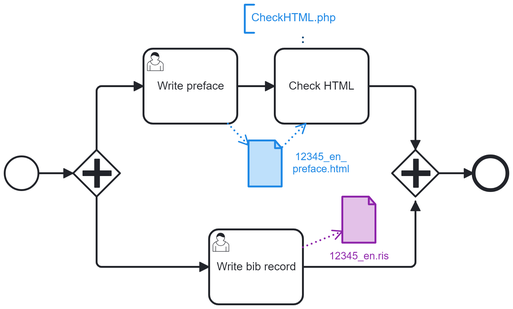
Earlier version of the BPMN export 3-AddInfo.png (japotrad/blue-sora). Its source is kept beside it as 3-AddInfo.bpmn. Ids are renumbered.
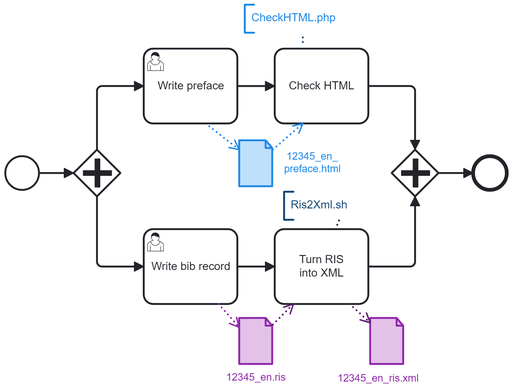
After the commit.

The edit, as a diff of the source:
```diff
@@ -1,6 +1,7 @@
-<bpmn:definitions xmlns:bpmn="http://www.omg.org/spec/BPMN/20100524/MODEL" xmlns:bpmndi="http://www.omg.org/spec/BPMN/20100524/DI" xmlns:dc="http://www.omg.org/spec/DD/20100524/DC" xmlns:bioc="http://bpmn.io/schema/bpmn/biocolor/1.0" xmlns:color="http://www.omg.org/spec/BPMN/non-normative/color/1.0" xmlns:di="http://www.omg.org/spec/DD/20100524/DI" xmlns:zeebe="http://camunda.org/schema/zeebe/1.0" xmlns:modeler="http://camunda.org/schema/modeler/1.0" id="Definitions_n1" targetNamespace="http://bpmn.io/schema/bpmn" exporter="Camunda Modeler" exporterVersion="5.34.0" modeler:executionPlatform="Camunda Cloud" modeler:executionPlatformVersion="8.2.0">
+<bpmn:definitions xmlns:bpmn="http://www.omg.org/spec/BPMN/20100524/MODEL" xmlns:bpmndi="http://www.omg.org/spec/BPMN/20100524/DI" xmlns:dc="http://www.omg.org/spec/DD/20100524/DC" xmlns:bioc="http://bpmn.io/schema/bpmn/biocolor/1.0" xmlns:color="http://www.omg.org/spec/BPMN/non-normative/color/1.0" xmlns:di="http://www.omg.org/spec/DD/20100524/DI" xmlns:zeebe="http://camunda.org/schema/zeebe/1.0" xmlns:modeler="http://camunda.org/schema/modeler/1.0" id="Definitions_n1" targetNamespace="http://bpmn.io/schema/bpmn" exporter="Camunda Modeler" exporterVersion="5.33.1" modeler:executionPlatform="Camunda Cloud" modeler:executionPlatformVersion="8.2.0">
   <bpmn:process id="buildDbk" name="buildDbk" isExecutable="true">
     <bpmn:dataObjectReference id="DataObjectReference_n2" name="12345_en_&#10;preface.html" dataObjectRef="DataObject_n3" />
+    <bpmn:dataObjectReference id="DataObjectReference_n25" name="12345_en_ris.xml" dataObjectRef="DataObject_n26" />
     <bpmn:dataObjectReference id="DataObjectReference_n4" name="12345_en.ris" dataObjectRef="DataObject_n5" />
     <bpmn:task id="Activity_n6" name="Check HTML">
       <bpmn:documentation>Check conformance to a simplified XHTML format.</bpmn:documentation>
@@ -13,6 +14,7 @@
       </bpmn:dataInputAssociation>
     </bpmn:task>
     <bpmn:dataObject id="DataObject_n5" />
+    <bpmn:dataObject id="DataObject_n26" />
     <bpmn:dataObject id="DataObject_n3" />
     <bpmn:endEvent id="Event_n11">
       <bpmn:incoming>Flow_n12</bpmn:incoming>
@@ -21,12 +23,13 @@
     <bpmn:sequenceFlow id="Flow_n7" sourceRef="Activity_n14" targetRef="Activity_n6" />
     <bpmn:sequenceFlow id="Flow_n12" sourceRef="Gateway_n13" targetRef="Event_n11" />
     <bpmn:sequenceFlow id="Flow_n15" sourceRef="StartEvent_1" targetRef="Gateway_n16" />
-    <bpmn:sequenceFlow id="Flow_n17" sourceRef="Activity_n18" targetRef="Gateway_n13" />
+    <bpmn:sequenceFlow id="Flow_n27" sourceRef="Activity_n28" targetRef="Gateway_n13" />
+    <bpmn:sequenceFlow id="Flow_n17" sourceRef="Activity_n18" targetRef="Activity_n28" />
     <bpmn:sequenceFlow id="Flow_n19" sourceRef="Gateway_n16" targetRef="Activity_n18" />
     <bpmn:sequenceFlow id="Flow_n20" sourceRef="Gateway_n16" targetRef="Activity_n14" />
     <bpmn:parallelGateway id="Gateway_n13">
       <bpmn:incoming>Flow_n8</bpmn:incoming>
-      <bpmn:incoming>Flow_n17</bpmn:incoming>
+      <bpmn:incoming>Flow_n27</bpmn:incoming>
       <bpmn:outgoing>Flow_n12</bpmn:outgoing>
     </bpmn:parallelGateway>
     <bpmn:parallelGateway id="Gateway_n16">
@@ -37,6 +40,18 @@
     <bpmn:startEvent id="StartEvent_1">
       <bpmn:outgoing>Flow_n15</bpmn:outgoing>
     </bpmn:startEvent>
+    <bpmn:task id="Activity_n28" name="Turn RIS&#10;into XML">
+      <bpmn:incoming>Flow_n17</bpmn:incoming>
+      <bpmn:outgoing>Flow_n27</bpmn:outgoing>
+      <bpmn:property id="Property_n29" name="__targetRef_placeholder" />
+      <bpmn:dataInputAssociation id="DataInputAssociation_n30">
+        <bpmn:sourceRef>DataObjectReference_n4</bpmn:sourceRef>
+        <bpmn:targetRef>Property_n29</bpmn:targetRef>
+      </bpmn:dataInputAssociation>
+      <bpmn:dataOutputAssociation id="DataOutputAssociation_n31">
+        <bpmn:targetRef>DataObjectReference_n25</bpmn:targetRef>
+      </bpmn:dataOutputAssociation>
+    </bpmn:task>
     <bpmn:userTask id="Activity_n18" name="Write bib record">
       <bpmn:extensionElements>
         <zeebe:formDefinition formKey="write-bib-record" />
@@ -61,21 +76,13 @@
       <bpmn:text>CheckHTML.php</bpmn:text>
     </bpmn:textAnnotation>
     <bpmn:association id="Association_n24" associationDirection="None" sourceRef="Activity_n6" targetRef="TextAnnotation_n23" />
+    <bpmn:textAnnotation id="TextAnnotation_n32">
+      <bpmn:text>Ris2Xml.sh</bpmn:text>
+    </bpmn:textAnnotation>
+    <bpmn:association id="Association_n33" associationDirection="None" sourceRef="Activity_n28" targetRef="TextAnnotation_n32" />
   </bpmn:process>
   <bpmndi:BPMNDiagram id="BPMNDiagram_1">
     <bpmndi:BPMNPlane id="BPMNPlane_1" bpmnElement="buildDbk">
-      <bpmndi:BPMNShape id="DataObjectReference_n2_di" bpmnElement="DataObjectReference_n2" bioc:stroke="#1e88e5" bioc:fill="#bbdefb" color:background-color="#bbdefb" color:border-color="#1e88e5">
-        <dc:Bounds x="442" y="225" width="36" height="50" />
-        <bpmndi:BPMNLabel color:color="#1e88e5">
-          <dc:Bounds x="489" y="236" width="62" height="27" />
-        </bpmndi:BPMNLabel>
-      </bpmndi:BPMNShape>
-      <bpmndi:BPMNShape id="DataObjectReference_n4_di" bpmnElement="DataObjectReference_n4" bioc:stroke="#8e24aa" bioc:fill="#e1bee7" color:background-color="#e1bee7" color:border-color="#8e24aa">
-        <dc:Bounds x="542" y="285" width="36" height="50" />
-        <bpmndi:BPMNLabel color:color="#8e24aa">
-          <dc:Bounds x="528" y="342" width="65" height="14" />
-        </bpmndi:BPMNLabel>
-      </bpmndi:BPMNShape>
       <bpmndi:BPMNShape id="Activity_n6_di" bpmnElement="Activity_n6">
         <dc:Bounds x="470" y="127" width="100" height="80" />
         <bpmndi:BPMNLabel />
@@ -92,21 +99,47 @@
       <bpmndi:BPMNShape id="_BPMNShape_StartEvent_2" bpmnElement="StartEvent_1">
         <dc:Bounds x="182" y="242" width="36" height="36" />
       </bpmndi:BPMNShape>
-      <bpmndi:BPMNShape id="Activity_n18_di" bpmnElement="Activity_n18">
-        <dc:Bounds x="400" y="320" width="100" height="80" />
-        <bpmndi:BPMNLabel />
-      </bpmndi:BPMNShape>
       <bpmndi:BPMNShape id="Activity_n14_di" bpmnElement="Activity_n14">
         <dc:Bounds x="330" y="127" width="100" height="80" />
         <bpmndi:BPMNLabel />
       </bpmndi:BPMNShape>
-      <bpmndi:BPMNEdge id="Association_n24_di" bpmnElement="Association_n24" bioc:stroke="#0d4372" color:border-color="#0d4372">
-        <di:waypoint x="500" y="120" />
-        <di:waypoint x="500" y="110" />
+      <bpmndi:BPMNShape id="Activity_n18_di" bpmnElement="Activity_n18">
+        <dc:Bounds x="330" y="320" width="100" height="80" />
+        <bpmndi:BPMNLabel />
+      </bpmndi:BPMNShape>
+      <bpmndi:BPMNShape id="Activity_n28_di" bpmnElement="Activity_n28">
+        <dc:Bounds x="470" y="320" width="100" height="80" />
+        <bpmndi:BPMNLabel />
+      </bpmndi:BPMNShape>
+      <bpmndi:BPMNShape id="DataObjectReference_n4_di" bpmnElement="DataObjectReference_n4" bioc:stroke="#8e24aa" bioc:fill="#e1bee7" color:background-color="#e1bee7" color:border-color="#8e24aa">
+        <dc:Bounds x="432" y="415" width="36" height="50" />
+        <bpmndi:BPMNLabel color:color="#8e24aa">
+          <dc:Bounds x="418" y="472" width="65" height="14" />
+        </bpmndi:BPMNLabel>
+      </bpmndi:BPMNShape>
+      <bpmndi:BPMNShape id="DataObjectReference_n2_di" bpmnElement="DataObjectReference_n2" bioc:stroke="#1e88e5" bioc:fill="#bbdefb" color:background-color="#bbdefb" color:border-color="#1e88e5">
+        <dc:Bounds x="432" y="225" width="36" height="50" />
+        <bpmndi:BPMNLabel color:color="#1e88e5">
+          <dc:Bounds x="480" y="236" width="61" height="27" />
+        </bpmndi:BPMNLabel>
+      </bpmndi:BPMNShape>
+      <bpmndi:BPMNShape id="DataObjectReference_n25_di" bpmnElement="DataObjectReference_n25" bioc:stroke="#8e24aa" bioc:fill="#e1bee7" color:background-color="#e1bee7" color:border-color="#8e24aa">
+        <dc:Bounds x="572" y="415" width="36" height="50" />
+        <bpmndi:BPMNLabel color:color="#8e24aa">
+          <dc:Bounds x="537" y="473" width="87" height="14" />
+        </bpmndi:BPMNLabel>
+      </bpmndi:BPMNShape>
+      <bpmndi:BPMNEdge id="Association_n33_di" bpmnElement="Association_n33">
+        <di:waypoint x="535" y="320" />
+        <di:waypoint x="539" y="310" />
       </bpmndi:BPMNEdge>
+      <bpmndi:BPMNShape id="TextAnnotation_n23_di" bpmnElement="TextAnnotation_n23" bioc:stroke="#1e88e5" bioc:fill="#bbdefb" color:background-color="#bbdefb" color:border-color="#1e88e5">
+        <dc:Bounds x="438" y="80" width="123" height="30" />
+        <bpmndi:BPMNLabel />
+      </bpmndi:BPMNShape>
       <bpmndi:BPMNEdge id="DataInputAssociation_n10_di" bpmnElement="DataInputAssociation_n10" bioc:stroke="#1e88e5" color:border-color="#1e88e5">
-        <di:waypoint x="478" y="232" />
-        <di:waypoint x="503" y="207" />
+        <di:waypoint x="468" y="235" />
+        <di:waypoint x="500" y="207" />
       </bpmndi:BPMNEdge>
       <bpmndi:BPMNEdge id="Flow_n8_di" bpmnElement="Flow_n8">
         <di:waypoint x="570" y="167" />
@@ -126,14 +159,13 @@
         <di:waypoint x="255" y="260" />
       </bpmndi:BPMNEdge>
       <bpmndi:BPMNEdge id="Flow_n17_di" bpmnElement="Flow_n17">
-        <di:waypoint x="500" y="360" />
-        <di:waypoint x="620" y="360" />
-        <di:waypoint x="620" y="290" />
+        <di:waypoint x="430" y="360" />
+        <di:waypoint x="470" y="360" />
       </bpmndi:BPMNEdge>
       <bpmndi:BPMNEdge id="Flow_n19_di" bpmnElement="Flow_n19">
         <di:waypoint x="280" y="285" />
         <di:waypoint x="280" y="360" />
-        <di:waypoint x="400" y="360" />
+        <di:waypoint x="330" y="360" />
       </bpmndi:BPMNEdge>
       <bpmndi:BPMNEdge id="Flow_n20_di" bpmnElement="Flow_n20">
         <di:waypoint x="280" y="235" />
@@ -141,17 +173,34 @@
         <di:waypoint x="330" y="167" />
       </bpmndi:BPMNEdge>
       <bpmndi:BPMNEdge id="DataOutputAssociation_n21_di" bpmnElement="DataOutputAssociation_n21" bioc:stroke="#8e24aa" color:border-color="#8e24aa">
-        <di:waypoint x="500" y="339" />
-        <di:waypoint x="542" y="322" />
+        <di:waypoint x="410" y="400" />
+        <di:waypoint x="432" y="425" />
       </bpmndi:BPMNEdge>
       <bpmndi:BPMNEdge id="DataOutputAssociation_n22_di" bpmnElement="DataOutputAssociation_n22" bioc:stroke="#1e88e5" color:border-color="#1e88e5">
-        <di:waypoint x="420" y="207" />
-        <di:waypoint x="442" y="230" />
+        <di:waypoint x="400" y="210" />
+        <di:waypoint x="432" y="235" />
       </bpmndi:BPMNEdge>
-      <bpmndi:BPMNShape id="TextAnnotation_n23_di" bpmnElement="TextAnnotation_n23" bioc:stroke="#1e88e5" bioc:fill="#bbdefb" color:background-color="#bbdefb" color:border-color="#1e88e5">
-        <dc:Bounds x="438" y="80" width="123" height="30" />
+      <bpmndi:BPMNEdge id="Association_n24_di" bpmnElement="Association_n24" bioc:stroke="#0d4372" color:border-color="#0d4372">
+        <di:waypoint x="500" y="120" />
+        <di:waypoint x="500" y="110" />
+      </bpmndi:BPMNEdge>
+      <bpmndi:BPMNEdge id="DataInputAssociation_n30_di" bpmnElement="DataInputAssociation_n30" bioc:stroke="#5b176d" color:border-color="#5b176d">
+        <di:waypoint x="468" y="422" />
+        <di:waypoint x="490" y="400" />
+      </bpmndi:BPMNEdge>
+      <bpmndi:BPMNEdge id="Flow_n27_di" bpmnElement="Flow_n27">
+        <di:waypoint x="570" y="360" />
+        <di:waypoint x="620" y="360" />
+        <di:waypoint x="620" y="285" />
+      </bpmndi:BPMNEdge>
+      <bpmndi:BPMNShape id="TextAnnotation_n32_di" bpmnElement="TextAnnotation_n32" bioc:stroke="#0d4372" bioc:fill="#bbdefb" color:background-color="#bbdefb" color:border-color="#0d4372">
+        <dc:Bounds x="480" y="280" width="79" height="30" />
         <bpmndi:BPMNLabel />
       </bpmndi:BPMNShape>
+      <bpmndi:BPMNEdge id="DataOutputAssociation_n31_di" bpmnElement="DataOutputAssociation_n31" bioc:stroke="#5b176d" color:border-color="#5b176d">
+        <di:waypoint x="550" y="400" />
+        <di:waypoint x="572" y="420" />
+      </bpmndi:BPMNEdge>
     </bpmndi:BPMNPlane>
   </bpmndi:BPMNDiagram>
 </bpmn:definitions>
```
